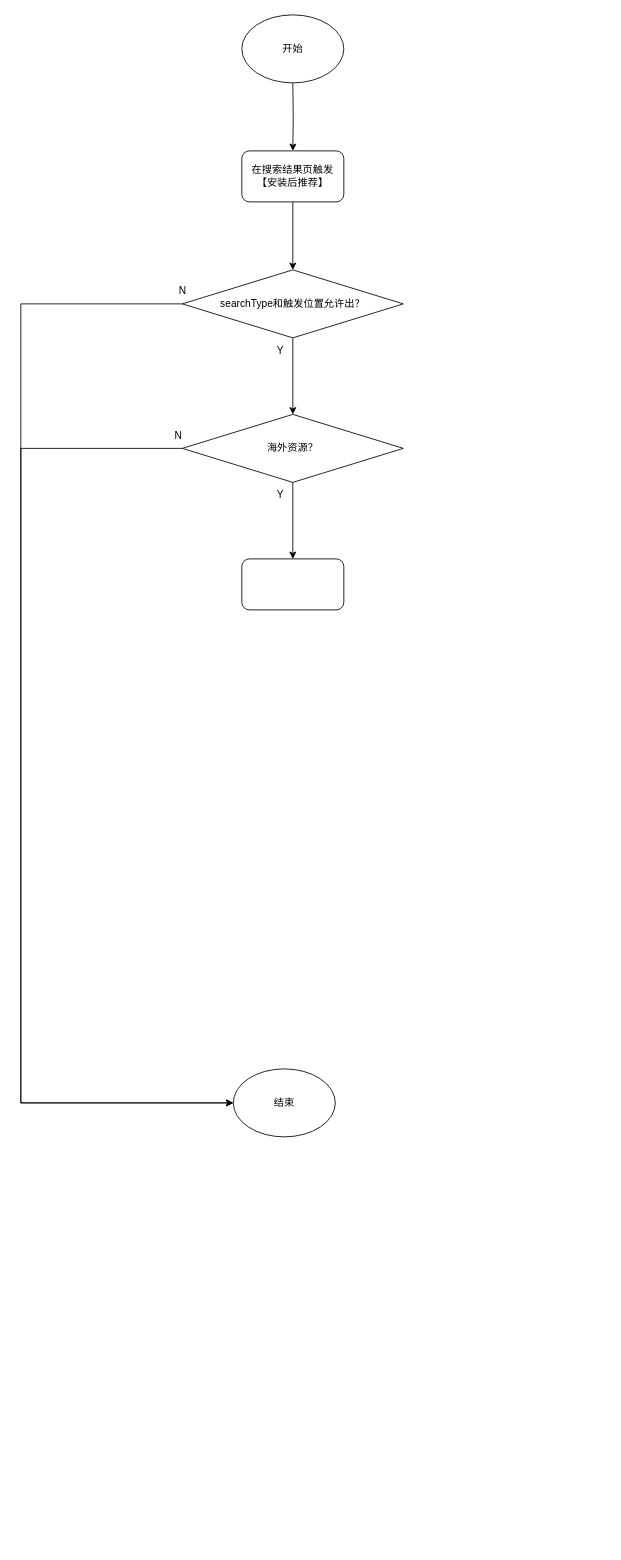
Earlier version of the draw.io diagram 【二期】大型apk下载后推荐小游戏.drawio (ETHAN0430/draw.io.repo). Source tidied: cells renumbered, new cells numbered last; positions are measured from the earlier drawing's top-left corner, leaving out a move shared by most shapes. Both pictures are drawn from the tidied source at 85%, with x=0, y=0 at pixel (20, 14).
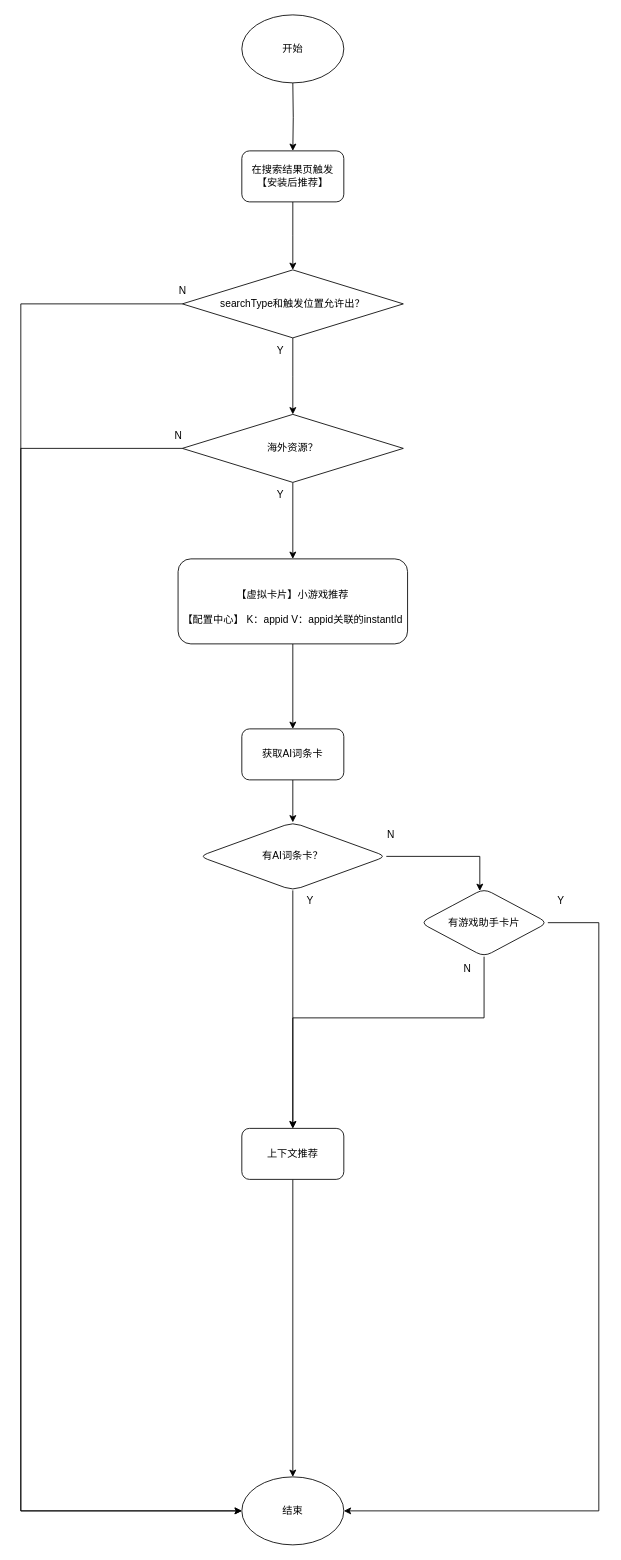
Above is the later version.

Commit message:
更新【二期】大型apk下载后推荐小游戏.drawio

Unchanged cells that the change refers to:
```xml
<mxCell id="8" value="searchType和触发位置允许出？" style="rhombus;whiteSpace=wrap;html=1;" parent="1" vertex="1">
  <mxGeometry x="190" y="300" width="260" height="80" as="geometry" />
</mxCell>
<mxCell id="14" value="海外资源？" style="rhombus;whiteSpace=wrap;html=1;" parent="1" vertex="1">
  <mxGeometry x="190" y="470" width="260" height="80" as="geometry" />
</mxCell>
```

What changed in the source:
```diff
@@
     <mxCell id="6" style="edgeStyle=orthogonalEdgeStyle;rounded=0;jettySize=auto;html=1;entryX=0;entryY=0.5;entryDx=0;entryDy=0;" parent="1" edge="1" source="8" target="9">
       <mxGeometry relative="1" as="geometry">
         <Array as="points">
           <mxPoint y="340" />
-          <mxPoint y="1280" />
+          <mxPoint y="1760" />
         </Array>
       </mxGeometry>
     </mxCell>
@@
     <mxCell id="9" value="结束" style="ellipse;whiteSpace=wrap;html=1;" parent="1" vertex="1">
-      <mxGeometry x="250" y="1240" width="120" height="80" as="geometry" />
+      <mxGeometry x="260" y="1720" width="120" height="80" as="geometry" />
     </mxCell>
@@
     <mxCell id="12" style="edgeStyle=orthogonalEdgeStyle;rounded=0;jettySize=auto;html=1;entryX=0;entryY=0.5;entryDx=0;entryDy=0;" parent="1" edge="1" source="14" target="9">
       <mxGeometry relative="1" as="geometry">
         <Array as="points">
           <mxPoint y="510" />
-          <mxPoint y="1280" />
+          <mxPoint y="1760" />
         </Array>
       </mxGeometry>
     </mxCell>
@@
+    <mxCell id="18" style="edgeStyle=orthogonalEdgeStyle;rounded=0;jettySize=auto;html=1;" parent="1" edge="1" source="17" target="20">
+      <mxGeometry relative="1" as="geometry" />
+    </mxCell>
-    <mxCell id="17" style="rounded=1;whiteSpace=wrap;html=1;" parent="1" vertex="1">
-      <mxGeometry x="260" y="640" width="120" height="60" as="geometry" />
+    <mxCell id="17" value="&lt;br&gt;【虚拟卡片】小游戏推荐&lt;br&gt;&lt;br&gt;&lt;div&gt;【配置中心】 K：appid V：appid关联的instantId&lt;/div&gt;" style="rounded=1;whiteSpace=wrap;html=1;" parent="1" vertex="1">
+      <mxGeometry x="185" y="640" width="270" height="100" as="geometry" />
     </mxCell>
+    <mxCell id="19" style="edgeStyle=orthogonalEdgeStyle;rounded=0;jettySize=auto;html=1;" parent="1" edge="1" source="20" target="23">
+      <mxGeometry relative="1" as="geometry" />
+    </mxCell>
+    <mxCell id="20" value="获取AI词条卡" style="whiteSpace=wrap;html=1;rounded=1;" parent="1" vertex="1">
+      <mxGeometry x="260" y="840" width="120" height="60" as="geometry" />
+    </mxCell>
+    <mxCell id="21" style="edgeStyle=orthogonalEdgeStyle;rounded=0;jettySize=auto;html=1;" parent="1" edge="1" source="23" target="25">
+      <mxGeometry relative="1" as="geometry" />
+    </mxCell>
+    <mxCell id="22" style="edgeStyle=orthogonalEdgeStyle;rounded=0;jettySize=auto;html=1;" parent="1" edge="1" source="23" target="29">
+      <mxGeometry relative="1" as="geometry">
+        <Array as="points">
+          <mxPoint x="540" y="990" />
+        </Array>
+      </mxGeometry>
+    </mxCell>
+    <mxCell id="23" value="有AI词条卡？" style="rhombus;whiteSpace=wrap;html=1;rounded=1;" parent="1" vertex="1">
+      <mxGeometry x="210" y="950" width="220" height="80" as="geometry" />
+    </mxCell>
+    <mxCell id="24" style="edgeStyle=orthogonalEdgeStyle;rounded=0;jettySize=auto;html=1;entryX=0.5;entryY=0;entryDx=0;entryDy=0;" parent="1" edge="1" source="25" target="9">
+      <mxGeometry relative="1" as="geometry" />
+    </mxCell>
+    <mxCell id="25" value="上下文推荐" style="whiteSpace=wrap;html=1;rounded=1;" parent="1" vertex="1">
+      <mxGeometry x="260" y="1310" width="120" height="60" as="geometry" />
+    </mxCell>
+    <mxCell id="26" value="Y" style="text;html=1;align=center;verticalAlign=middle;strokeColor=none;fillColor=none;" parent="1" vertex="1">
+      <mxGeometry x="325" y="1028" width="30" height="30" as="geometry" />
+    </mxCell>
+    <mxCell id="27" style="edgeStyle=orthogonalEdgeStyle;rounded=0;jettySize=auto;html=1;entryX=0.5;entryY=0;entryDx=0;entryDy=0;" parent="1" edge="1" source="29" target="25">
+      <mxGeometry relative="1" as="geometry">
+        <Array as="points">
+          <mxPoint x="545" y="1180" />
+          <mxPoint x="320" y="1180" />
+        </Array>
+      </mxGeometry>
+    </mxCell>
+    <mxCell id="28" style="edgeStyle=orthogonalEdgeStyle;rounded=0;jettySize=auto;html=1;entryX=1;entryY=0.5;entryDx=0;entryDy=0;" parent="1" edge="1" source="29" target="9">
+      <mxGeometry relative="1" as="geometry">
+        <Array as="points">
+          <mxPoint x="680" y="1068" />
+          <mxPoint x="680" y="1760" />
+        </Array>
+      </mxGeometry>
+    </mxCell>
+    <mxCell id="29" value="有游戏助手卡片" style="rhombus;whiteSpace=wrap;html=1;rounded=1;" parent="1" vertex="1">
+      <mxGeometry x="470" y="1028" width="150" height="80" as="geometry" />
+    </mxCell>
+    <mxCell id="30" value="N" style="text;html=1;align=center;verticalAlign=middle;strokeColor=none;fillColor=none;" parent="1" vertex="1">
+      <mxGeometry x="510" y="1108" width="30" height="30" as="geometry" />
+    </mxCell>
+    <mxCell id="31" value="N" style="text;html=1;align=center;verticalAlign=middle;strokeColor=none;fillColor=none;" parent="1" vertex="1">
+      <mxGeometry x="420" y="950" width="30" height="30" as="geometry" />
+    </mxCell>
+    <mxCell id="32" value="Y" style="text;html=1;align=center;verticalAlign=middle;strokeColor=none;fillColor=none;" parent="1" vertex="1">
+      <mxGeometry x="620" y="1028" width="30" height="30" as="geometry" />
+    </mxCell>
```
